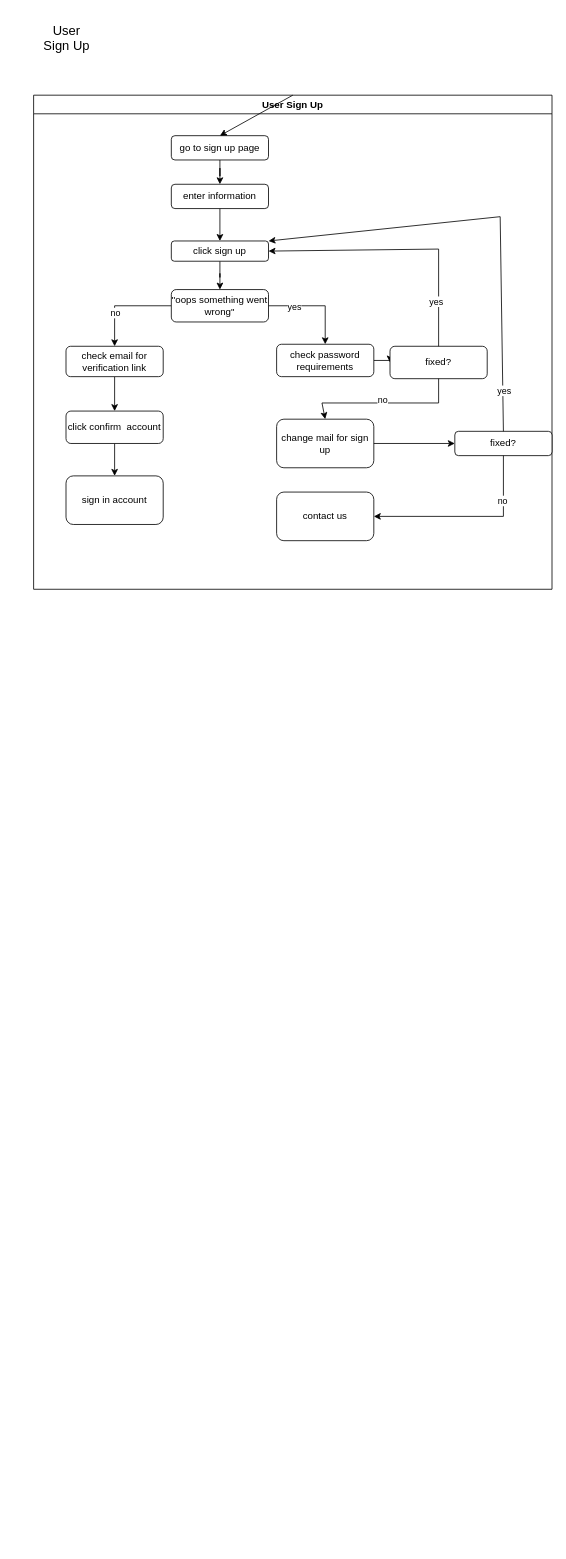
This is w6-h5.drawio from Barbera9/mixed, a draw.io file, before an edit. Source tidied: cells renumbered, new cells numbered last; positions are measured from the earlier drawing's top-left corner, leaving out a move shared by most shapes. Both pictures are drawn from the tidied source at 81%, with x=0, y=0 at pixel (14, 14).
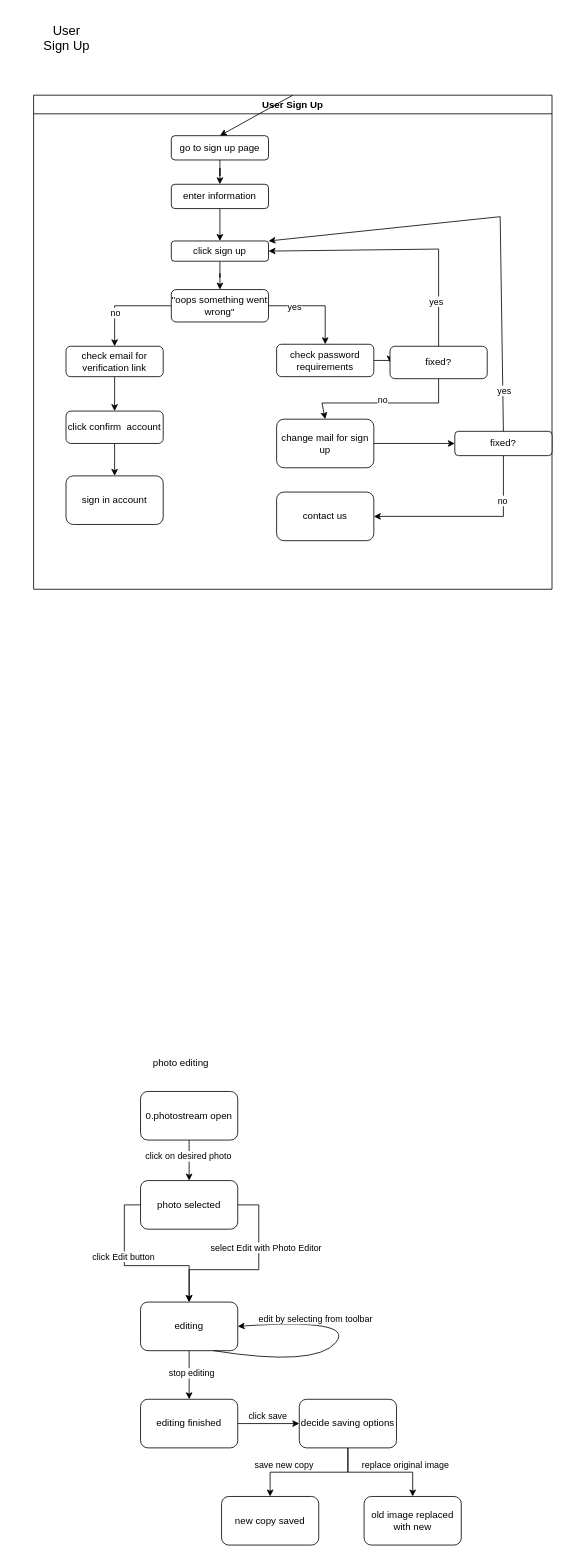
The same page after the edit.

Diff of the diagram source:
```diff
@@
+    <mxCell id="36" value="photo editing" style="text;html=1;align=center;verticalAlign=middle;whiteSpace=wrap;rounded=0;" parent="1" vertex="1">
+      <mxGeometry x="156" y="1280" width="100" height="30" as="geometry" />
+    </mxCell>
+    <mxCell id="37" style="edgeStyle=orthogonalEdgeStyle;rounded=0;jettySize=auto;html=1;" parent="1" edge="1" source="39" target="42">
+      <mxGeometry relative="1" as="geometry" />
+    </mxCell>
+    <mxCell id="38" value="click on desired photo" style="edgeLabel;html=1;align=center;verticalAlign=middle;" parent="37" vertex="1">
+      <mxGeometry x="-0.24" y="-2" relative="1" as="geometry" />
+    </mxCell>
+    <mxCell id="39" value="0.photostream open" style="rounded=1;whiteSpace=wrap;html=1;" parent="1" vertex="1">
+      <mxGeometry x="156" y="1330" width="120" height="60" as="geometry" />
+    </mxCell>
+    <mxCell id="40" style="edgeStyle=orthogonalEdgeStyle;rounded=0;jettySize=auto;html=1;exitX=0;exitY=0.5;exitDx=0;exitDy=0;" parent="1" edge="1" source="42" target="45">
+      <mxGeometry relative="1" as="geometry" />
+    </mxCell>
+    <mxCell id="41" value="click Edit button" style="edgeLabel;html=1;align=center;verticalAlign=middle;" parent="40" vertex="1">
+      <mxGeometry x="-0.25" y="-2" relative="1" as="geometry" />
+    </mxCell>
+    <mxCell id="42" value="photo selected" style="rounded=1;whiteSpace=wrap;html=1;" parent="1" vertex="1">
+      <mxGeometry x="156" y="1440" width="120" height="60" as="geometry" />
+    </mxCell>
+    <mxCell id="43" style="edgeStyle=orthogonalEdgeStyle;rounded=0;jettySize=auto;html=1;" parent="1" edge="1" source="45" target="50">
+      <mxGeometry relative="1" as="geometry" />
+    </mxCell>
+    <mxCell id="44" value="stop editing" style="edgeLabel;html=1;align=center;verticalAlign=middle;" parent="43" vertex="1">
+      <mxGeometry x="-0.1" y="2" relative="1" as="geometry" />
+    </mxCell>
+    <mxCell id="45" value="editing" style="rounded=1;whiteSpace=wrap;html=1;" parent="1" vertex="1">
+      <mxGeometry x="156" y="1590" width="120" height="60" as="geometry" />
+    </mxCell>
+    <mxCell id="46" style="endArrow=classic;html=1;rounded=0;exitX=1;exitY=0.5;exitDx=0;exitDy=0;entryX=0.5;entryY=0;entryDx=0;entryDy=0;" parent="1" edge="1" source="42" target="45">
+      <mxGeometry relative="1" as="geometry">
+        <Array as="points">
+          <mxPoint x="302" y="1470" />
+          <mxPoint x="302" y="1550" />
+          <mxPoint x="216" y="1550" />
+        </Array>
+      </mxGeometry>
+    </mxCell>
+    <mxCell id="47" value="select Edit with Photo Editor" style="edgeLabel;html=1;align=center;verticalAlign=middle;" parent="46" vertex="1">
+      <mxGeometry x="-0.33" y="8" relative="1" as="geometry" />
+    </mxCell>
+    <mxCell id="48" style="curved=1;endArrow=classic;html=1;rounded=0;exitX=0.75;exitY=1;exitDx=0;exitDy=0;entryX=1;entryY=0.5;entryDx=0;entryDy=0;" parent="1" edge="1" source="45" target="45">
+      <mxGeometry relative="1" as="geometry">
+        <Array as="points">
+          <mxPoint x="372" y="1670" />
+          <mxPoint x="422" y="1610" />
+        </Array>
+      </mxGeometry>
+    </mxCell>
+    <mxCell id="49" value="edit by selecting from toolbar" style="edgeLabel;html=1;align=center;verticalAlign=middle;" parent="48" vertex="1">
+      <mxGeometry x="0.43" y="7" relative="1" as="geometry">
+        <mxPoint x="-5" y="-10" as="offset" />
+      </mxGeometry>
+    </mxCell>
+    <mxCell id="50" value="editing finished" style="rounded=1;whiteSpace=wrap;html=1;" parent="1" vertex="1">
+      <mxGeometry x="156" y="1710" width="120" height="60" as="geometry" />
+    </mxCell>
+    <mxCell id="51" style="endArrow=classic;html=1;rounded=0;exitX=1;exitY=0.5;exitDx=0;exitDy=0;" parent="1" edge="1" source="50" target="57">
+      <mxGeometry relative="1" as="geometry" />
+    </mxCell>
+    <mxCell id="52" value="click save" style="edgeLabel;html=1;align=center;verticalAlign=middle;" parent="51" vertex="1">
+      <mxGeometry x="-0.42" y="3" relative="1" as="geometry">
+        <mxPoint x="14" y="-7" as="offset" />
+      </mxGeometry>
+    </mxCell>
+    <mxCell id="53" style="edgeStyle=orthogonalEdgeStyle;rounded=0;jettySize=auto;html=1;" parent="1" edge="1" source="57" target="59">
+      <mxGeometry relative="1" as="geometry" />
+    </mxCell>
+    <mxCell id="54" value="replace original image" style="edgeLabel;html=1;align=center;verticalAlign=middle;" parent="53" vertex="1">
+      <mxGeometry x="0.41" y="-2" relative="1" as="geometry">
+        <mxPoint x="1" y="-12" as="offset" />
+      </mxGeometry>
+    </mxCell>
+    <mxCell id="55" style="edgeStyle=orthogonalEdgeStyle;rounded=0;jettySize=auto;html=1;entryX=0.5;entryY=0;entryDx=0;entryDy=0;" parent="1" edge="1" source="57" target="58">
+      <mxGeometry relative="1" as="geometry" />
+    </mxCell>
+    <mxCell id="56" value="save new copy" style="edgeLabel;html=1;align=center;verticalAlign=middle;" parent="55" vertex="1">
+      <mxGeometry x="0.41" y="6" relative="1" as="geometry">
+        <mxPoint y="-16" as="offset" />
+      </mxGeometry>
+    </mxCell>
+    <mxCell id="57" value="decide saving options" style="rounded=1;whiteSpace=wrap;html=1;" parent="1" vertex="1">
+      <mxGeometry x="352" y="1710" width="120" height="60" as="geometry" />
+    </mxCell>
+    <mxCell id="58" value="new copy saved" style="rounded=1;whiteSpace=wrap;html=1;" parent="1" vertex="1">
+      <mxGeometry x="256" y="1830" width="120" height="60" as="geometry" />
+    </mxCell>
+    <mxCell id="59" value="old image replaced with new" style="rounded=1;whiteSpace=wrap;html=1;" parent="1" vertex="1">
+      <mxGeometry x="432" y="1830" width="120" height="60" as="geometry" />
+    </mxCell>
```
